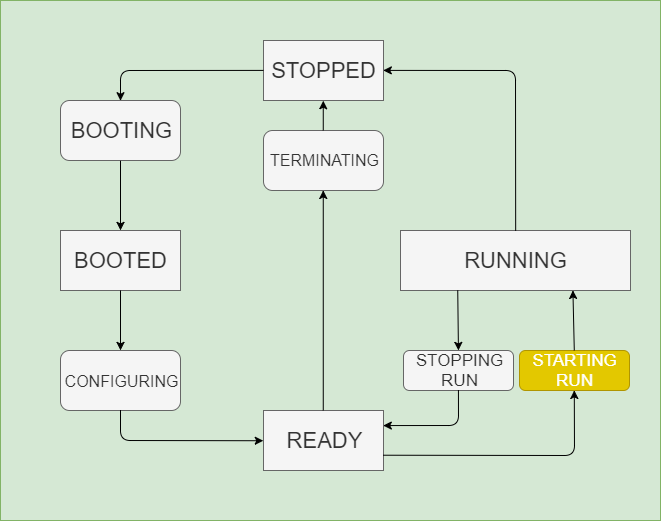
Before: artdaq-runcontrol/resources/images/StateDiagram_starting_run.png, a diagram exported from draw.io (ikatza/ArtDaq-RunControl-GUI). Source tidied: cells renumbered, new cells last; positions are measured from the earlier drawing's top-left corner, leaving out a move shared by most shapes.
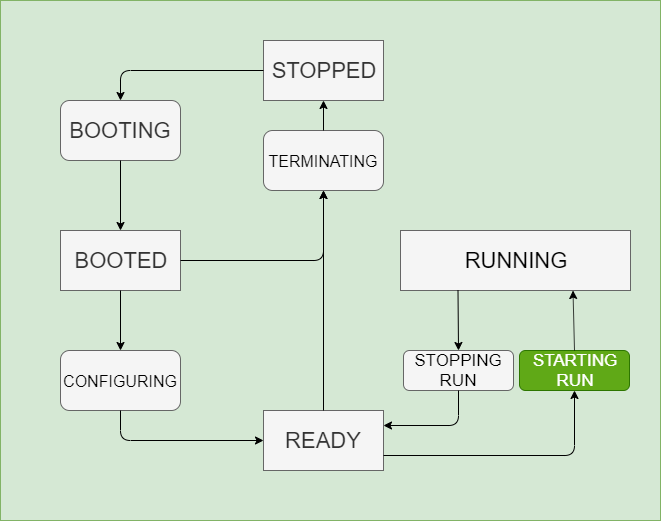
Above is the later version.

The edit, as a diff of the source:
```diff
@@ -17,10 +17,10 @@
     <mxCell id="6" value="&lt;font style=&quot;font-size: 22px&quot;&gt;BOOTING&lt;/font&gt;" style="rounded=1;whiteSpace=wrap;html=1;fillColor=#f5f5f5;strokeColor=#666666;fontColor=#333333;" parent="1" vertex="1">
       <mxGeometry x="60" y="100" width="120" height="60" as="geometry" />
     </mxCell>
-    <mxCell id="7" value="&lt;span&gt;&lt;font style=&quot;font-size: 22px&quot;&gt;RUNNING&lt;/font&gt;&lt;/span&gt;" style="rounded=0;whiteSpace=wrap;html=1;fillColor=#f5f5f5;strokeColor=#666666;fontColor=#333333;" parent="1" vertex="1">
+    <mxCell id="7" value="&lt;span&gt;&lt;font style=&quot;font-size: 22px&quot;&gt;RUNNING&lt;/font&gt;&lt;/span&gt;" style="rounded=0;whiteSpace=wrap;html=1;fillColor=#F5F5F5;strokeColor=#666666;" parent="1" vertex="1">
       <mxGeometry x="400" y="230" width="230" height="60" as="geometry" />
     </mxCell>
-    <mxCell id="8" value="&lt;font style=&quot;font-size: 16px&quot;&gt;CONFIGURING&lt;/font&gt;" style="rounded=1;whiteSpace=wrap;html=1;fillColor=#f5f5f5;strokeColor=#666666;fontColor=#333333;" parent="1" vertex="1">
+    <mxCell id="8" value="&lt;font style=&quot;font-size: 16px&quot;&gt;CONFIGURING&lt;/font&gt;" style="rounded=1;whiteSpace=wrap;html=1;fillColor=#F5F5F5;strokeColor=#666666;" parent="1" vertex="1">
       <mxGeometry x="60" y="350" width="120" height="60" as="geometry" />
     </mxCell>
     <mxCell id="9" style="endArrow=classic;html=1;exitX=0;exitY=0.5;exitDx=0;exitDy=0;entryX=0.5;entryY=0;entryDx=0;entryDy=0;" parent="1" edge="1" source="3" target="6">
@@ -43,47 +43,47 @@
         </Array>
       </mxGeometry>
     </mxCell>
-    <mxCell id="13" value="&lt;font style=&quot;font-size: 17px&quot;&gt;STARTING&lt;br&gt;RUN&lt;br&gt;&lt;/font&gt;" style="rounded=1;whiteSpace=wrap;html=1;fillColor=#e3c800;strokeColor=#B09500;fontColor=#ffffff;" parent="1" vertex="1">
+    <mxCell id="13" value="&lt;font style=&quot;font-size: 17px&quot;&gt;STARTING&lt;br&gt;RUN&lt;br&gt;&lt;/font&gt;" style="rounded=1;whiteSpace=wrap;html=1;fillColor=#60a917;strokeColor=#2D7600;fontColor=#ffffff;" parent="1" vertex="1">
       <mxGeometry x="519" y="350" width="110" height="40" as="geometry" />
     </mxCell>
-    <mxCell id="14" style="endArrow=classic;html=1;entryX=1;entryY=0.5;entryDx=0;entryDy=0;exitX=0.5;exitY=0;exitDx=0;exitDy=0;" parent="1" edge="1" source="7" target="3">
-      <mxGeometry relative="1" as="geometry">
-        <Array as="points">
-          <mxPoint x="515" y="70" />
-        </Array>
-      </mxGeometry>
+    <mxCell id="14" value="&lt;font style=&quot;font-size: 17px&quot;&gt;STOPPING&lt;br&gt;RUN&lt;br&gt;&lt;/font&gt;" style="rounded=1;whiteSpace=wrap;html=1;fillColor=#F5F5F5;strokeColor=#666666;" parent="1" vertex="1">
+      <mxGeometry x="403" y="350" width="110" height="40" as="geometry" />
     </mxCell>
-    <mxCell id="15" value="&lt;font style=&quot;font-size: 17px&quot;&gt;STOPPING&lt;br&gt;RUN&lt;br&gt;&lt;/font&gt;" style="rounded=1;whiteSpace=wrap;html=1;fillColor=#f5f5f5;strokeColor=#666666;fontColor=#333333;" parent="1" vertex="1">
-      <mxGeometry x="403" y="350" width="110" height="40" as="geometry" />
+    <mxCell id="15" style="endArrow=classic;html=1;entryX=0.75;entryY=1;entryDx=0;entryDy=0;exitX=0.5;exitY=0;exitDx=0;exitDy=0;" parent="1" edge="1" source="13" target="7">
+      <mxGeometry relative="1" as="geometry" />
     </mxCell>
-    <mxCell id="16" style="endArrow=classic;html=1;entryX=0.75;entryY=1;entryDx=0;entryDy=0;exitX=0.5;exitY=0;exitDx=0;exitDy=0;" parent="1" edge="1" source="13" target="7">
+    <mxCell id="16" style="endArrow=classic;html=1;exitX=0.25;exitY=1;exitDx=0;exitDy=0;entryX=0.5;entryY=0;entryDx=0;entryDy=0;" parent="1" edge="1" source="7" target="14">
       <mxGeometry relative="1" as="geometry" />
     </mxCell>
-    <mxCell id="17" style="endArrow=classic;html=1;exitX=0.25;exitY=1;exitDx=0;exitDy=0;entryX=0.5;entryY=0;entryDx=0;entryDy=0;" parent="1" edge="1" source="7" target="15">
-      <mxGeometry relative="1" as="geometry" />
+    <mxCell id="17" style="endArrow=classic;html=1;entryX=0.5;entryY=1;entryDx=0;entryDy=0;exitX=1;exitY=0.75;exitDx=0;exitDy=0;" parent="1" edge="1" source="5" target="13">
+      <mxGeometry relative="1" as="geometry">
+        <Array as="points">
+          <mxPoint x="574" y="455" />
+        </Array>
+      </mxGeometry>
     </mxCell>
-    <mxCell id="18" style="endArrow=classic;html=1;entryX=0.5;entryY=1;entryDx=0;entryDy=0;exitX=1;exitY=0.75;exitDx=0;exitDy=0;" parent="1" edge="1" source="5" target="13">
+    <mxCell id="18" style="endArrow=classic;html=1;exitX=0.5;exitY=1;exitDx=0;exitDy=0;entryX=1;entryY=0.25;entryDx=0;entryDy=0;" parent="1" edge="1" source="14" target="5">
       <mxGeometry relative="1" as="geometry">
         <Array as="points">
-          <mxPoint x="574" y="455" />
+          <mxPoint x="458" y="425" />
         </Array>
       </mxGeometry>
     </mxCell>
-    <mxCell id="19" style="endArrow=classic;html=1;exitX=0.5;exitY=1;exitDx=0;exitDy=0;entryX=1;entryY=0.25;entryDx=0;entryDy=0;" parent="1" edge="1" source="15" target="5">
-      <mxGeometry relative="1" as="geometry">
-        <Array as="points">
-          <mxPoint x="458" y="425" />
-        </Array>
-      </mxGeometry>
+    <mxCell id="19" value="&lt;font style=&quot;font-size: 16px&quot;&gt;TERMINATING&lt;/font&gt;" style="rounded=1;whiteSpace=wrap;html=1;fillColor=#f5f5f5;strokeColor=#666666;" parent="1" vertex="1">
+      <mxGeometry x="263" y="130" width="120" height="60" as="geometry" />
     </mxCell>
-    <mxCell id="20" value="&lt;font style=&quot;font-size: 16px&quot;&gt;TERMINATING&lt;/font&gt;" style="rounded=1;whiteSpace=wrap;html=1;fillColor=#f5f5f5;strokeColor=#666666;fontColor=#333333;" parent="1" vertex="1">
-      <mxGeometry x="263" y="130" width="120" height="60" as="geometry" />
+    <mxCell id="20" style="endArrow=classic;html=1;entryX=0.5;entryY=1;entryDx=0;entryDy=0;exitX=0.5;exitY=0;exitDx=0;exitDy=0;" parent="1" edge="1" source="19" target="3">
+      <mxGeometry relative="1" as="geometry" />
     </mxCell>
-    <mxCell id="21" style="endArrow=classic;html=1;entryX=0.5;entryY=1;entryDx=0;entryDy=0;exitX=0.5;exitY=0;exitDx=0;exitDy=0;" parent="1" edge="1" source="20" target="3">
+    <mxCell id="21" style="endArrow=classic;html=1;entryX=0.5;entryY=1;entryDx=0;entryDy=0;exitX=0.5;exitY=0;exitDx=0;exitDy=0;" parent="1" edge="1" source="5" target="19">
       <mxGeometry relative="1" as="geometry" />
     </mxCell>
-    <mxCell id="22" style="endArrow=classic;html=1;entryX=0.5;entryY=1;entryDx=0;entryDy=0;exitX=0.5;exitY=0;exitDx=0;exitDy=0;" parent="1" edge="1" source="5" target="20">
-      <mxGeometry relative="1" as="geometry" />
+    <mxCell id="22" style="endArrow=classic;html=1;exitX=1;exitY=0.5;exitDx=0;exitDy=0;entryX=0.5;entryY=1;entryDx=0;entryDy=0;" parent="1" edge="1" source="4" target="19">
+      <mxGeometry relative="1" as="geometry">
+        <Array as="points">
+          <mxPoint x="323" y="260" />
+        </Array>
+      </mxGeometry>
     </mxCell>
   </root>
 </mxGraphModel>
```
